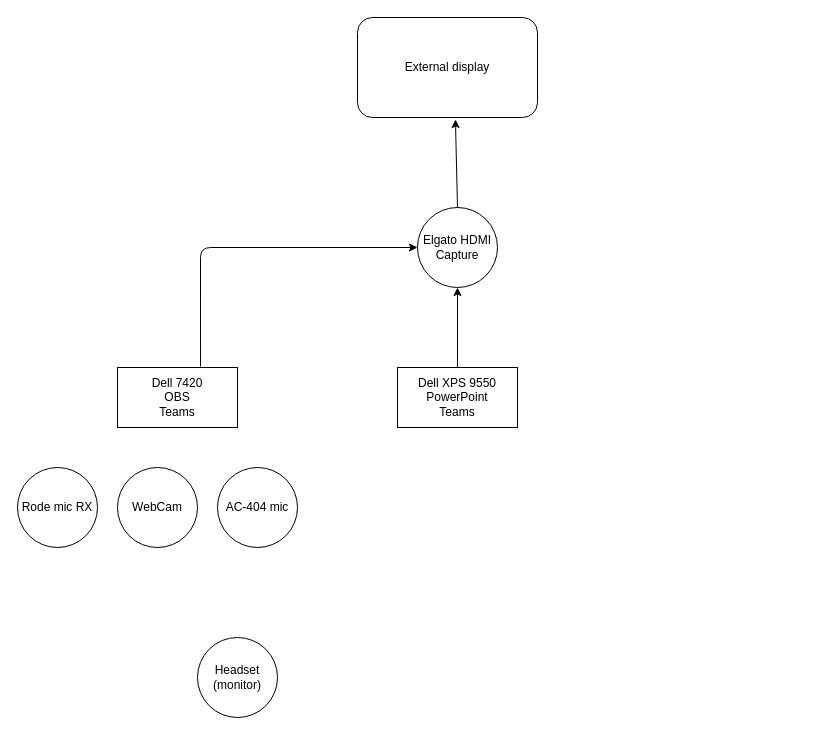
adelaide-dotnet/meeting-logistics keeps this draw.io diagram as Untitled Diagram.drawio. Above is the earlier version. Source tidied: cells renumbered, new cells numbered last; positions are measured from the earlier drawing's top-left corner, leaving out a move shared by most shapes. Both pictures are drawn from the tidied source at 100%, with x=0, y=0 at pixel (17, 17).
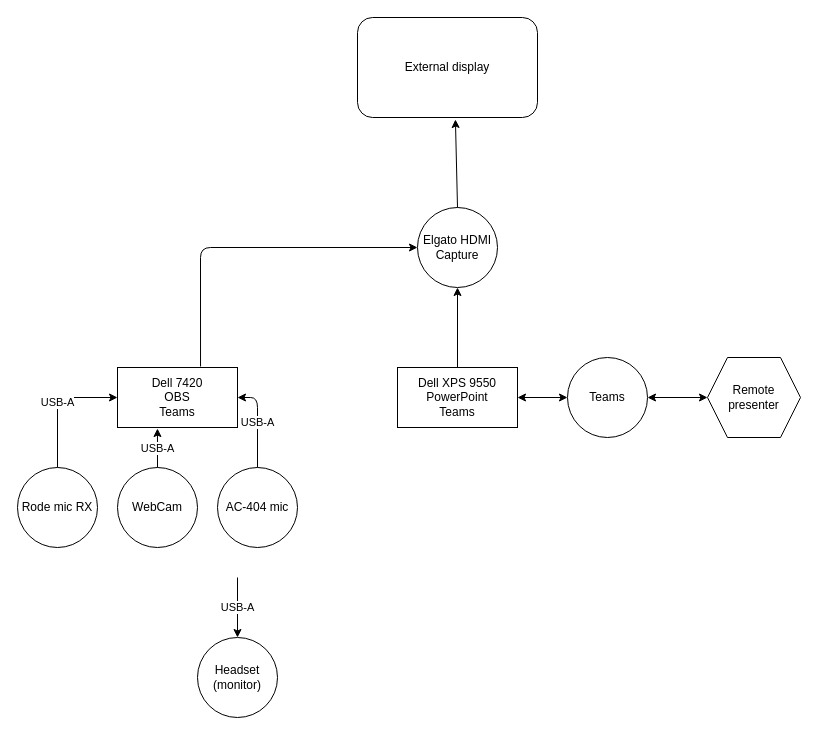
Above is the later version.

The change refers to these unchanged cells:
```xml
<mxCell id="2" value="&lt;div&gt;Dell 7420&lt;/div&gt;&lt;div&gt;OBS&lt;/div&gt;&lt;div&gt;Teams&lt;br&gt;&lt;/div&gt;" style="rounded=0;whiteSpace=wrap;html=1;" parent="1" vertex="1">
  <mxGeometry x="100" y="350" width="120" height="60" as="geometry" />
</mxCell>
<mxCell id="3" value="&lt;div&gt;Dell XPS 9550&lt;/div&gt;&lt;div&gt;PowerPoint&lt;/div&gt;&lt;div&gt;Teams&lt;br&gt;&lt;/div&gt;" style="rounded=0;whiteSpace=wrap;html=1;" parent="1" vertex="1">
  <mxGeometry x="380" y="350" width="120" height="60" as="geometry" />
</mxCell>
<mxCell id="9" value="Rode mic RX" style="ellipse;whiteSpace=wrap;html=1;" parent="1" vertex="1">
  <mxGeometry y="450" width="80" height="80" as="geometry" />
</mxCell>
<mxCell id="10" value="WebCam" style="ellipse;whiteSpace=wrap;html=1;" parent="1" vertex="1">
  <mxGeometry x="100" y="450" width="80" height="80" as="geometry" />
</mxCell>
<mxCell id="11" value="AC-404 mic" style="ellipse;whiteSpace=wrap;html=1;" parent="1" vertex="1">
  <mxGeometry x="200" y="450" width="80" height="80" as="geometry" />
</mxCell>
<mxCell id="12" value="Headset (monitor)" style="ellipse;whiteSpace=wrap;html=1;" parent="1" vertex="1">
  <mxGeometry x="180" y="620" width="80" height="80" as="geometry" />
</mxCell>
```

What changed in the source:
```diff
@@
+    <mxCell id="13" value="USB-A" style="endArrow=classic;html=1;exitX=0.5;exitY=0;exitDx=0;exitDy=0;entryX=0;entryY=0.5;entryDx=0;entryDy=0;" parent="1" edge="1" source="9" target="2">
+      <mxGeometry relative="1" as="geometry">
+        <Array as="points">
+          <mxPoint x="40" y="380" />
+        </Array>
+      </mxGeometry>
+    </mxCell>
+    <mxCell id="14" value="USB-A" style="endArrow=classic;html=1;exitX=0.5;exitY=0;exitDx=0;exitDy=0;entryX=0.333;entryY=1.017;entryDx=0;entryDy=0;entryPerimeter=0;" parent="1" edge="1" source="10" target="2">
+      <mxGeometry relative="1" as="geometry" />
+    </mxCell>
+    <mxCell id="15" value="USB-A" style="endArrow=classic;html=1;exitX=0.5;exitY=0;exitDx=0;exitDy=0;entryX=1;entryY=0.5;entryDx=0;entryDy=0;" parent="1" edge="1" source="11" target="2">
+      <mxGeometry relative="1" as="geometry">
+        <Array as="points">
+          <mxPoint x="240" y="380" />
+        </Array>
+      </mxGeometry>
+    </mxCell>
+    <mxCell id="16" value="USB-A" style="endArrow=classic;html=1;entryX=0.5;entryY=0;entryDx=0;entryDy=0;" parent="1" edge="1" target="12">
+      <mxGeometry relative="1" as="geometry">
+        <mxPoint x="220" y="560" as="sourcePoint" />
+      </mxGeometry>
+    </mxCell>
+    <mxCell id="17" value="Teams" style="ellipse;whiteSpace=wrap;html=1;" parent="1" vertex="1">
+      <mxGeometry x="550" y="340" width="80" height="80" as="geometry" />
+    </mxCell>
+    <mxCell id="18" style="endArrow=classic;startArrow=classic;html=1;entryX=0;entryY=0.5;entryDx=0;entryDy=0;exitX=1;exitY=0.5;exitDx=0;exitDy=0;" parent="1" edge="1" source="3" target="17">
+      <mxGeometry relative="1" as="geometry" />
+    </mxCell>
+    <mxCell id="19" style="endArrow=classic;startArrow=classic;html=1;exitX=1;exitY=0.5;exitDx=0;exitDy=0;entryX=0;entryY=0.5;entryDx=0;entryDy=0;" parent="1" edge="1" source="17" target="20">
+      <mxGeometry relative="1" as="geometry" />
+    </mxCell>
+    <mxCell id="20" value="Remote presenter" style="shape=hexagon;perimeter=hexagonPerimeter2;whiteSpace=wrap;html=1;fixedSize=1;" parent="1" vertex="1">
+      <mxGeometry x="690" y="340" width="93" height="80" as="geometry" />
+    </mxCell>
```
